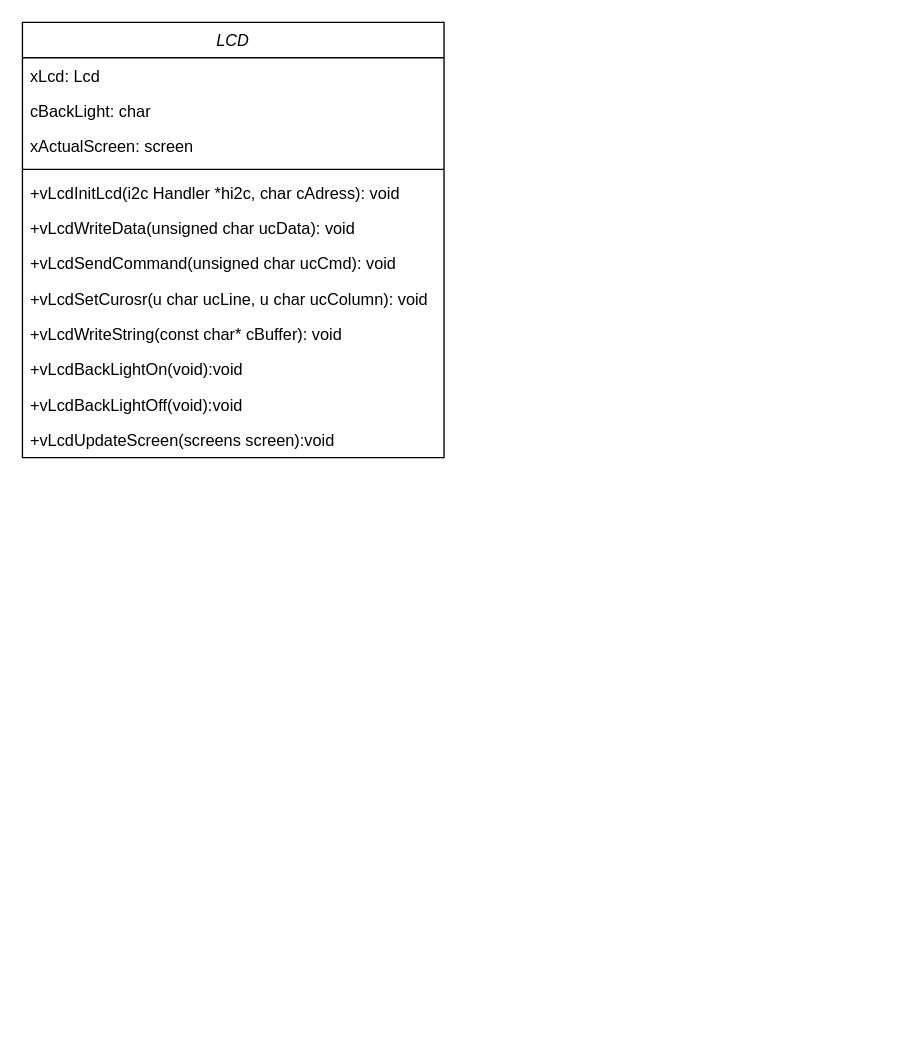
gabrielhaj/ES670-2023-A7 keeps this draw.io diagram as ClassDiagram.drawio. Above is the earlier version. Source tidied: cells renumbered, new cells numbered last; positions are measured from the earlier drawing's top-left corner, leaving out a move shared by most shapes. Both pictures are drawn from the tidied source at 136%, with x=0, y=0 at pixel (22, 22).
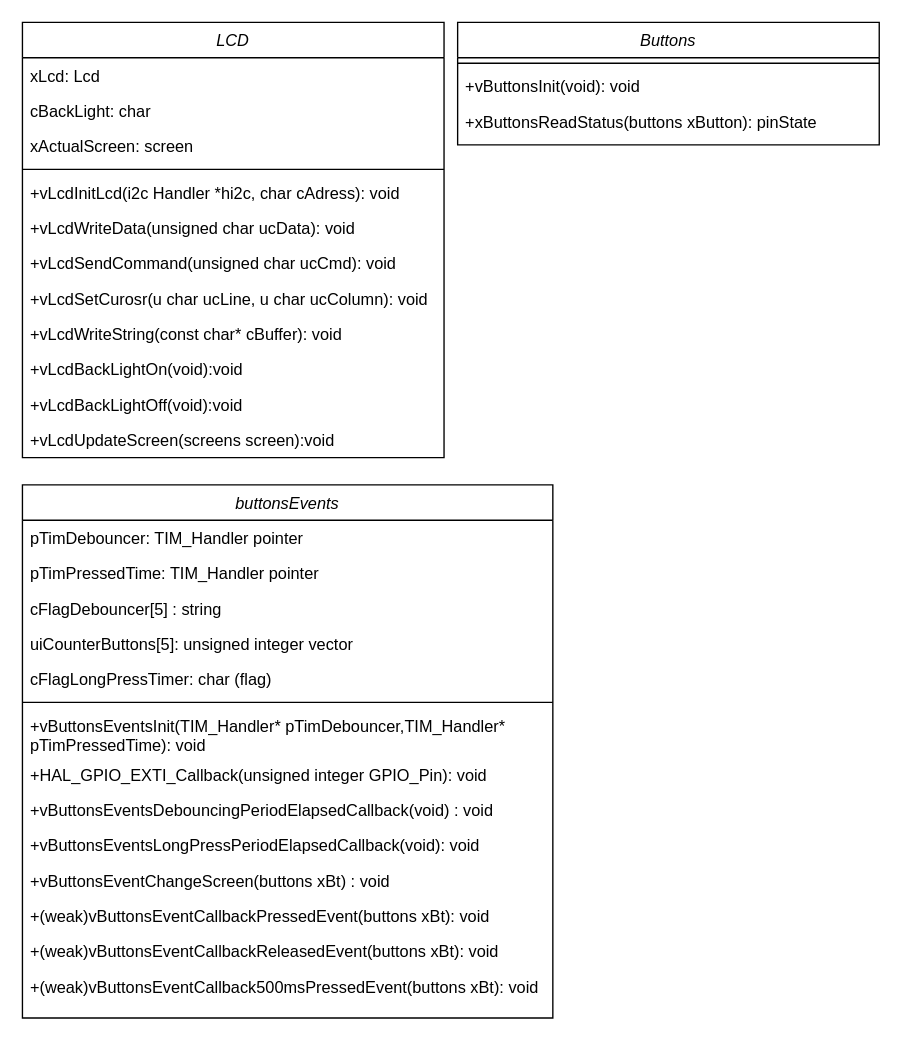
Above is the later version.

What changed in the source:
```diff
@@
+    <mxCell id="15" value="Buttons" style="swimlane;fontStyle=2;align=center;verticalAlign=top;horizontal=1;startSize=26;rounded=0;shadow=0;strokeWidth=1;" parent="1" vertex="1">
+      <mxGeometry x="320" width="310" height="90" as="geometry" />
+    </mxCell>
+    <mxCell id="16" style="line;html=1;strokeWidth=1;align=left;verticalAlign=middle;spacingTop=-1;spacingLeft=3;spacingRight=3;labelPosition=right;" parent="15" vertex="1">
+      <mxGeometry y="26" width="310" height="8" as="geometry" />
+    </mxCell>
+    <mxCell id="17" value="+vButtonsInit(void): void" style="text;align=left;verticalAlign=top;spacingLeft=4;spacingRight=4;overflow=hidden;" parent="15" vertex="1">
+      <mxGeometry y="34" width="310" height="26" as="geometry" />
+    </mxCell>
+    <mxCell id="18" value="+xButtonsReadStatus(buttons xButton): pinState" style="text;align=left;verticalAlign=top;spacingLeft=4;spacingRight=4;overflow=hidden;" parent="15" vertex="1">
+      <mxGeometry y="60" width="310" height="26" as="geometry" />
+    </mxCell>
+    <mxCell id="19" value="buttonsEvents" style="swimlane;fontStyle=2;align=center;verticalAlign=top;horizontal=1;startSize=26;rounded=0;shadow=0;strokeWidth=1;" parent="1" vertex="1">
+      <mxGeometry y="340" width="390" height="392" as="geometry" />
+    </mxCell>
+    <mxCell id="20" value="pTimDebouncer: TIM_Handler pointer" style="text;align=left;verticalAlign=top;spacingLeft=4;spacingRight=4;overflow=hidden;" parent="19" vertex="1">
+      <mxGeometry y="26" width="390" height="26" as="geometry" />
+    </mxCell>
+    <mxCell id="21" value="pTimPressedTime: TIM_Handler pointer" style="text;align=left;verticalAlign=top;spacingLeft=4;spacingRight=4;overflow=hidden;rounded=0;shadow=0;html=0;" parent="19" vertex="1">
+      <mxGeometry y="52" width="390" height="26" as="geometry" />
+    </mxCell>
+    <mxCell id="22" value="cFlagDebouncer[5] : string" style="text;align=left;verticalAlign=top;spacingLeft=4;spacingRight=4;overflow=hidden;rounded=0;shadow=0;html=0;" parent="19" vertex="1">
+      <mxGeometry y="78" width="390" height="26" as="geometry" />
+    </mxCell>
+    <mxCell id="23" value="uiCounterButtons[5]: unsigned integer vector" style="text;align=left;verticalAlign=top;spacingLeft=4;spacingRight=4;overflow=hidden;rounded=0;shadow=0;html=0;" parent="19" vertex="1">
+      <mxGeometry y="104" width="390" height="26" as="geometry" />
+    </mxCell>
+    <mxCell id="24" value="cFlagLongPressTimer: char (flag)" style="text;align=left;verticalAlign=top;spacingLeft=4;spacingRight=4;overflow=hidden;rounded=0;shadow=0;html=0;" parent="19" vertex="1">
+      <mxGeometry y="130" width="390" height="26" as="geometry" />
+    </mxCell>
+    <mxCell id="25" style="line;html=1;strokeWidth=1;align=left;verticalAlign=middle;spacingTop=-1;spacingLeft=3;spacingRight=3;labelPosition=right;" parent="19" vertex="1">
+      <mxGeometry y="156" width="390" height="8" as="geometry" />
+    </mxCell>
+    <mxCell id="26" value="+vButtonsEventsInit(TIM_Handler* pTimDebouncer,TIM_Handler* &#10;pTimPressedTime): void" style="text;align=left;verticalAlign=top;spacingLeft=4;spacingRight=4;overflow=hidden;" parent="19" vertex="1">
+      <mxGeometry y="164" width="390" height="36" as="geometry" />
+    </mxCell>
+    <mxCell id="27" value="+HAL_GPIO_EXTI_Callback(unsigned integer GPIO_Pin): void" style="text;align=left;verticalAlign=top;spacingLeft=4;spacingRight=4;overflow=hidden;" parent="19" vertex="1">
+      <mxGeometry y="200" width="390" height="26" as="geometry" />
+    </mxCell>
+    <mxCell id="28" value="+vButtonsEventsDebouncingPeriodElapsedCallback(void) : void" style="text;align=left;verticalAlign=top;spacingLeft=4;spacingRight=4;overflow=hidden;" parent="19" vertex="1">
+      <mxGeometry y="226" width="390" height="26" as="geometry" />
+    </mxCell>
+    <mxCell id="29" value="+vButtonsEventsLongPressPeriodElapsedCallback(void): void" style="text;align=left;verticalAlign=top;spacingLeft=4;spacingRight=4;overflow=hidden;" parent="19" vertex="1">
+      <mxGeometry y="252" width="390" height="26" as="geometry" />
+    </mxCell>
+    <mxCell id="30" value="+vButtonsEventChangeScreen(buttons xBt) : void" style="text;align=left;verticalAlign=top;spacingLeft=4;spacingRight=4;overflow=hidden;" parent="19" vertex="1">
+      <mxGeometry y="278" width="390" height="26" as="geometry" />
+    </mxCell>
+    <mxCell id="31" value="+(weak)vButtonsEventCallbackPressedEvent(buttons xBt): void" style="text;align=left;verticalAlign=top;spacingLeft=4;spacingRight=4;overflow=hidden;" parent="19" vertex="1">
+      <mxGeometry y="304" width="390" height="26" as="geometry" />
+    </mxCell>
+    <mxCell id="32" value="+(weak)vButtonsEventCallbackReleasedEvent(buttons xBt): void" style="text;align=left;verticalAlign=top;spacingLeft=4;spacingRight=4;overflow=hidden;" parent="19" vertex="1">
+      <mxGeometry y="330" width="390" height="26" as="geometry" />
+    </mxCell>
+    <mxCell id="33" value="+(weak)vButtonsEventCallback500msPressedEvent(buttons xBt): void" style="text;align=left;verticalAlign=top;spacingLeft=4;spacingRight=4;overflow=hidden;" parent="19" vertex="1">
+      <mxGeometry y="356" width="390" height="26" as="geometry" />
+    </mxCell>
```
